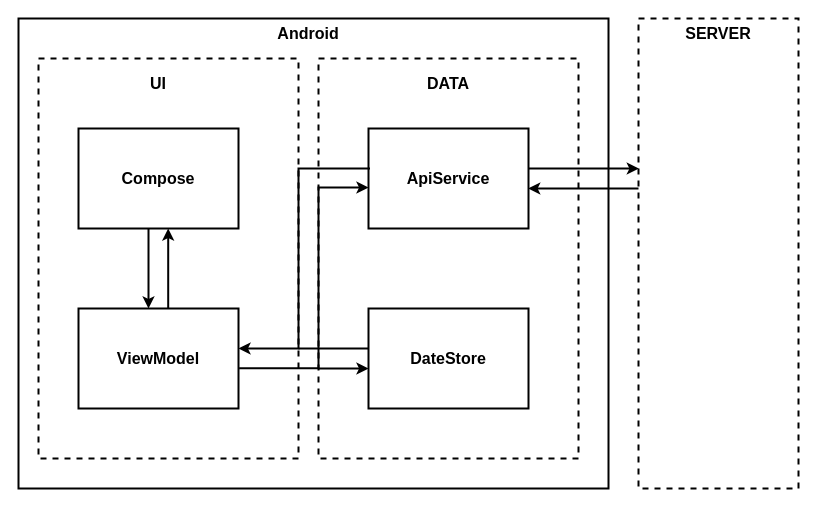
This is 前端架构.drawio from Yorick-Ryu/DFD, a draw.io file, before an edit. Source tidied: cells renumbered, new cells numbered last; positions are measured from the earlier drawing's top-left corner, leaving out a move shared by most shapes. Both pictures are drawn from the tidied source at 100%, with x=0, y=0 at pixel (18, 18).
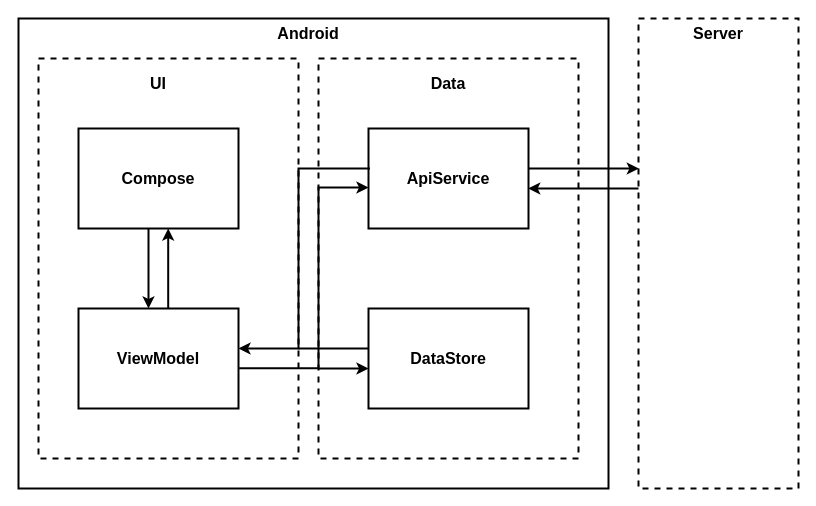
The same page after the edit.

Commit message (it also covers changes not shown here):
更新前端架构.drawio

Change to the diagram source:
```diff
@@
-    <mxCell id="7" value="&lt;font style=&quot;font-size: 16px;&quot;&gt;DATA&lt;/font&gt;" style="text;html=1;align=center;verticalAlign=middle;whiteSpace=wrap;rounded=0;fontFamily=宋体;fontSize=16;fontStyle=1;strokeWidth=2;" parent="1" vertex="1">
+    <mxCell id="7" value="Data" style="text;html=1;align=center;verticalAlign=middle;whiteSpace=wrap;rounded=0;fontFamily=宋体;fontSize=16;fontStyle=1;strokeWidth=2;" parent="1" vertex="1">
       <mxGeometry x="400" y="50" width="60" height="30" as="geometry" />
     </mxCell>
@@
-    <mxCell id="12" value="&lt;span style=&quot;font-size: 16px;&quot;&gt;DateStore&lt;/span&gt;" style="rounded=0;whiteSpace=wrap;html=1;fontFamily=宋体;fontSize=16;fontStyle=1;strokeWidth=2;" parent="1" vertex="1">
+    <mxCell id="12" value="&lt;span style=&quot;font-size: 16px;&quot;&gt;DataStore&lt;/span&gt;" style="rounded=0;whiteSpace=wrap;html=1;fontFamily=宋体;fontSize=16;fontStyle=1;strokeWidth=2;" parent="1" vertex="1">
       <mxGeometry x="350" y="290" width="160" height="100" as="geometry" />
     </mxCell>
@@
-    <mxCell id="18" value="&lt;font style=&quot;font-size: 16px;&quot;&gt;&lt;span&gt;SERVER&lt;/span&gt;&lt;/font&gt;" style="text;html=1;align=center;verticalAlign=middle;whiteSpace=wrap;rounded=0;fontFamily=宋体;fontSize=16;fontStyle=1;strokeWidth=2;" parent="1" vertex="1">
+    <mxCell id="18" value="&lt;font style=&quot;font-size: 16px;&quot;&gt;&lt;span&gt;Server&lt;/span&gt;&lt;/font&gt;" style="text;html=1;align=center;verticalAlign=middle;whiteSpace=wrap;rounded=0;fontFamily=宋体;fontSize=16;fontStyle=1;strokeWidth=2;" parent="1" vertex="1">
       <mxGeometry x="670" width="60" height="30" as="geometry" />
     </mxCell>
```
